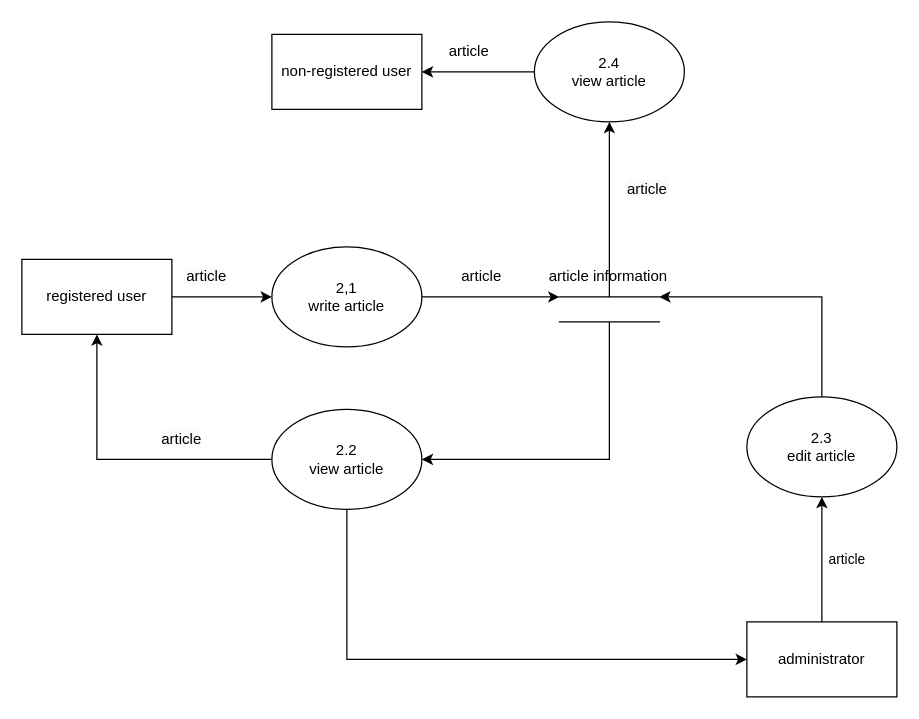
This is figure6.drawio from BoyiZhao/drow.io, a draw.io file, before an edit. Source tidied: cells renumbered, new cells numbered last; positions are measured from the earlier drawing's top-left corner, leaving out a move shared by most shapes. Both pictures are drawn from the tidied source at 125%, with x=0, y=0 at pixel (21, 21).
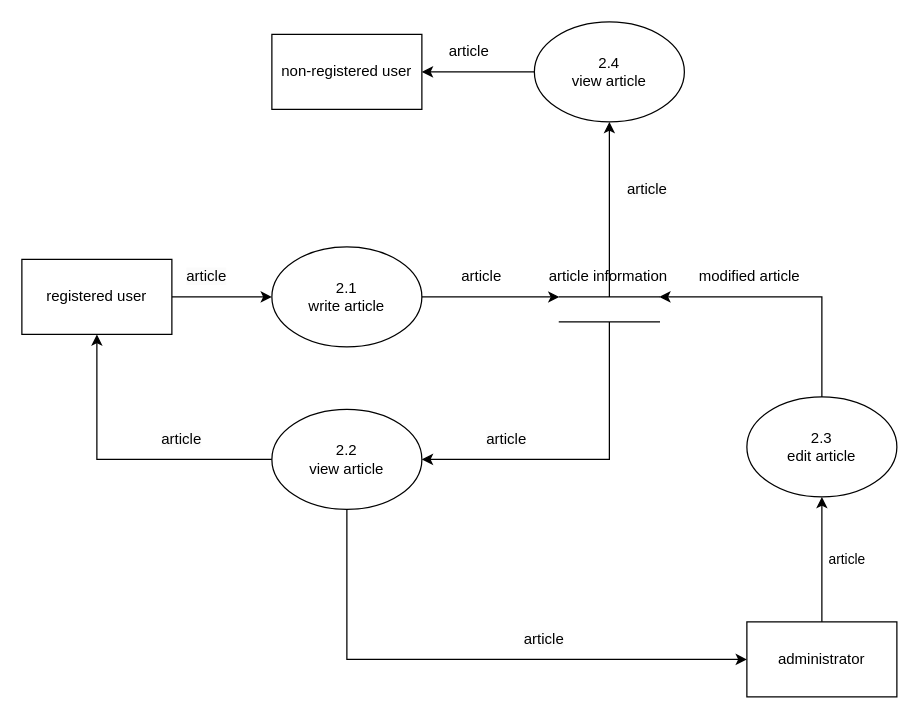
The same page after the edit.

Change to the diagram source:
```diff
@@
-    <mxCell id="12" value="2,1&lt;br&gt;write article" style="ellipse;whiteSpace=wrap;html=1;" parent="1" vertex="1">
+    <mxCell id="12" value="2.1&lt;br&gt;write article" style="ellipse;whiteSpace=wrap;html=1;" parent="1" vertex="1">
       <mxGeometry x="200" y="180" width="120" height="80" as="geometry" />
     </mxCell>
@@
+    <mxCell id="24" value="&lt;span style=&quot;color: rgb(0, 0, 0); font-family: Helvetica; font-size: 12px; font-style: normal; font-variant-ligatures: normal; font-variant-caps: normal; font-weight: 400; letter-spacing: normal; orphans: 2; text-align: left; text-indent: 0px; text-transform: none; widows: 2; word-spacing: 0px; -webkit-text-stroke-width: 0px; background-color: rgb(251, 251, 251); text-decoration-thickness: initial; text-decoration-style: initial; text-decoration-color: initial; float: none; display: inline !important;&quot;&gt;article&lt;/span&gt;" style="text;whiteSpace=wrap;html=1;" parent="1" vertex="1">
+      <mxGeometry x="370" y="320" width="70" height="40" as="geometry" />
+    </mxCell>
+    <mxCell id="25" value="&lt;span style=&quot;color: rgb(0, 0, 0); font-family: Helvetica; font-size: 12px; font-style: normal; font-variant-ligatures: normal; font-variant-caps: normal; font-weight: 400; letter-spacing: normal; orphans: 2; text-align: left; text-indent: 0px; text-transform: none; widows: 2; word-spacing: 0px; -webkit-text-stroke-width: 0px; background-color: rgb(251, 251, 251); text-decoration-thickness: initial; text-decoration-style: initial; text-decoration-color: initial; float: none; display: inline !important;&quot;&gt;article&lt;/span&gt;" style="text;whiteSpace=wrap;html=1;" parent="1" vertex="1">
+      <mxGeometry x="400" y="480" width="70" height="40" as="geometry" />
+    </mxCell>
+    <mxCell id="26" value="modified article" style="text;whiteSpace=wrap;" parent="1" vertex="1">
+      <mxGeometry x="540" y="190" width="110" height="40" as="geometry" />
+    </mxCell>
```
